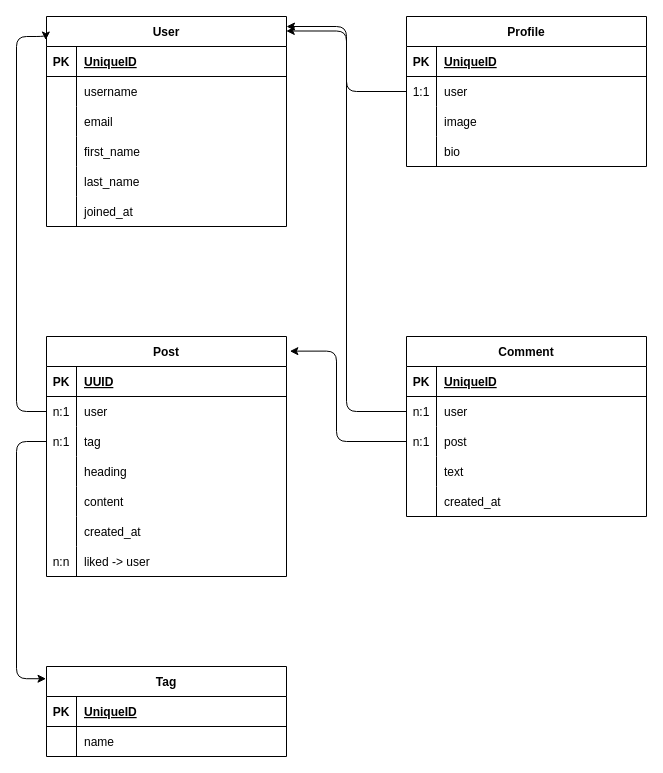
This is backend/db-structure.drawio from JuliQ89/blog-django-next, a draw.io file, before an edit. Source tidied: cells renumbered, new cells numbered last; positions are measured from the earlier drawing's top-left corner, leaving out a move shared by most shapes. Both pictures are drawn from the tidied source at 100%, with x=0, y=0 at pixel (16, 16).
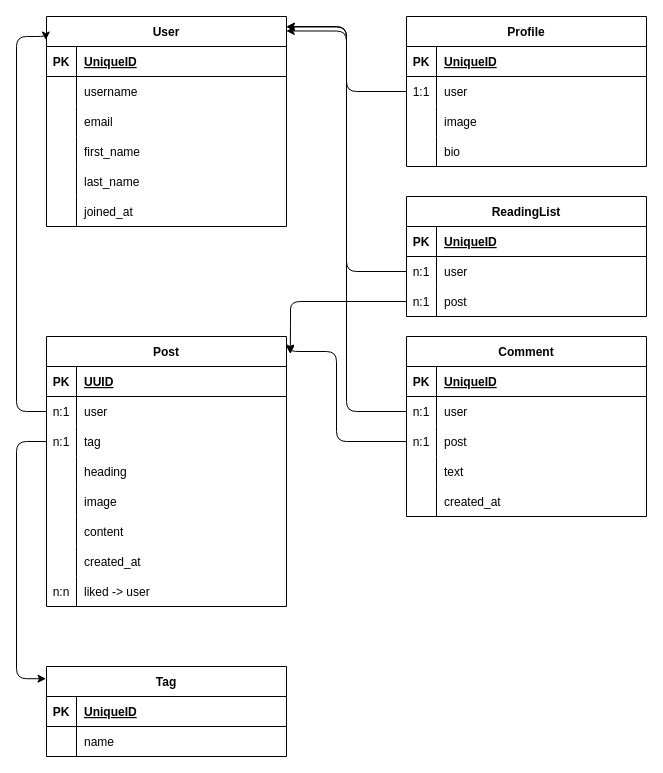
The same page after the edit.

The change refers to these unchanged cells:
```xml
<mxCell id="2" value="User" style="shape=table;startSize=30;childLayout=tableLayout;rowLines=0;fontStyle=1;align=center;" parent="1" vertex="1">
  <mxGeometry x="30" width="240" height="210" as="geometry" />
</mxCell>
```

What changed in the source:
```diff
@@
     <mxCell id="35" value="Post" style="shape=table;startSize=30;childLayout=tableLayout;rowLines=0;fontStyle=1;align=center;" parent="1" vertex="1">
-      <mxGeometry x="30" y="320" width="240" height="240" as="geometry" />
+      <mxGeometry x="30" y="320" width="240" height="270" as="geometry" />
     </mxCell>
@@
+    <mxCell id="84" style="shape=tableRow;horizontal=0;startSize=0;swimlaneHead=0;swimlaneBody=0;fillColor=none;top=0;left=0;right=0;bottom=0;" parent="35" vertex="1">
+      <mxGeometry y="150" width="240" height="30" as="geometry" />
+    </mxCell>
+    <mxCell id="85" style="shape=partialRectangle;fillColor=none;top=0;left=0;bottom=0;right=0;overflow=hidden;" parent="84" vertex="1">
+      <mxGeometry width="30" height="30" as="geometry" />
+    </mxCell>
+    <mxCell id="86" value="image" style="shape=partialRectangle;fillColor=none;top=0;left=0;bottom=0;right=0;align=left;spacingLeft=6;overflow=hidden;" parent="84" vertex="1">
+      <mxGeometry x="30" width="210" height="30" as="geometry" />
+    </mxCell>
     <mxCell id="48" style="shape=tableRow;horizontal=0;startSize=0;swimlaneHead=0;swimlaneBody=0;fillColor=none;top=0;left=0;right=0;bottom=0;" parent="35" vertex="1">
-      <mxGeometry y="150" width="240" height="30" as="geometry" />
+      <mxGeometry y="180" width="240" height="30" as="geometry" />
     </mxCell>
@@
     <mxCell id="51" style="shape=tableRow;horizontal=0;startSize=0;swimlaneHead=0;swimlaneBody=0;fillColor=none;top=0;left=0;right=0;bottom=0;" parent="35" vertex="1">
-      <mxGeometry y="180" width="240" height="30" as="geometry" />
+      <mxGeometry y="210" width="240" height="30" as="geometry" />
     </mxCell>
@@
     <mxCell id="54" style="shape=tableRow;horizontal=0;startSize=0;swimlaneHead=0;swimlaneBody=0;fillColor=none;top=0;left=0;right=0;bottom=0;" parent="35" vertex="1">
-      <mxGeometry y="210" width="240" height="30" as="geometry" />
+      <mxGeometry y="240" width="240" height="30" as="geometry" />
     </mxCell>
@@
+    <mxCell id="87" value="ReadingList" style="shape=table;startSize=30;childLayout=tableLayout;rowLines=0;fontStyle=1;align=center;" parent="1" vertex="1">
+      <mxGeometry x="390" y="180" width="240" height="120" as="geometry" />
+    </mxCell>
+    <mxCell id="88" style="shape=tableRow;horizontal=0;startSize=0;swimlaneHead=0;swimlaneBody=0;fillColor=none;top=0;left=0;right=0;bottom=1;" parent="87" vertex="1">
+      <mxGeometry y="30" width="240" height="30" as="geometry" />
+    </mxCell>
+    <mxCell id="89" value="PK" style="shape=partialRectangle;fillColor=none;top=0;left=0;bottom=0;right=0;fontStyle=1;overflow=hidden;" parent="88" vertex="1">
+      <mxGeometry width="30" height="30" as="geometry" />
+    </mxCell>
+    <mxCell id="90" value="UniqueID" style="shape=partialRectangle;fillColor=none;top=0;left=0;bottom=0;right=0;align=left;spacingLeft=6;fontStyle=5;overflow=hidden;" parent="88" vertex="1">
+      <mxGeometry x="30" width="210" height="30" as="geometry" />
+    </mxCell>
+    <mxCell id="91" style="shape=tableRow;horizontal=0;startSize=0;swimlaneHead=0;swimlaneBody=0;fillColor=none;points=[[0,0.5],[1,0.5]];portConstraint=eastwest;top=0;left=0;right=0;bottom=0;" parent="87" vertex="1">
+      <mxGeometry y="60" width="240" height="30" as="geometry" />
+    </mxCell>
+    <mxCell id="92" value="n:1" style="shape=partialRectangle;fillColor=none;top=0;left=0;bottom=0;right=0;overflow=hidden;" parent="91" vertex="1">
+      <mxGeometry width="30" height="30" as="geometry" />
+    </mxCell>
+    <mxCell id="93" value="user" style="shape=partialRectangle;fillColor=none;top=0;left=0;bottom=0;right=0;align=left;spacingLeft=6;overflow=hidden;" parent="91" vertex="1">
+      <mxGeometry x="30" width="210" height="30" as="geometry" />
+    </mxCell>
+    <mxCell id="94" style="shape=tableRow;horizontal=0;startSize=0;swimlaneHead=0;swimlaneBody=0;fillColor=none;points=[[0,0.5],[1,0.5]];portConstraint=eastwest;top=0;left=0;right=0;bottom=0;" parent="87" vertex="1">
+      <mxGeometry y="90" width="240" height="30" as="geometry" />
+    </mxCell>
+    <mxCell id="95" value="n:1" style="shape=partialRectangle;fillColor=none;top=0;left=0;bottom=0;right=0;overflow=hidden;" parent="94" vertex="1">
+      <mxGeometry width="30" height="30" as="geometry" />
+    </mxCell>
+    <mxCell id="96" value="post" style="shape=partialRectangle;fillColor=none;top=0;left=0;bottom=0;right=0;align=left;spacingLeft=6;overflow=hidden;" parent="94" vertex="1">
+      <mxGeometry x="30" width="210" height="30" as="geometry" />
+    </mxCell>
+    <mxCell id="97" style="edgeStyle=orthogonalEdgeStyle;html=1;exitX=0;exitY=0.5;exitDx=0;exitDy=0;entryX=0.999;entryY=0.05;entryDx=0;entryDy=0;entryPerimeter=0;" parent="1" edge="1" source="91" target="2">
+      <mxGeometry relative="1" as="geometry" />
+    </mxCell>
+    <mxCell id="98" style="edgeStyle=orthogonalEdgeStyle;html=1;exitX=0;exitY=0.5;exitDx=0;exitDy=0;entryX=1.016;entryY=0.065;entryDx=0;entryDy=0;entryPerimeter=0;" parent="1" edge="1" source="94" target="35">
+      <mxGeometry relative="1" as="geometry">
+        <Array as="points">
+          <mxPoint x="274" y="285" />
+          <mxPoint x="274" y="300" />
+          <mxPoint x="274" y="300" />
+        </Array>
+      </mxGeometry>
+    </mxCell>
```
